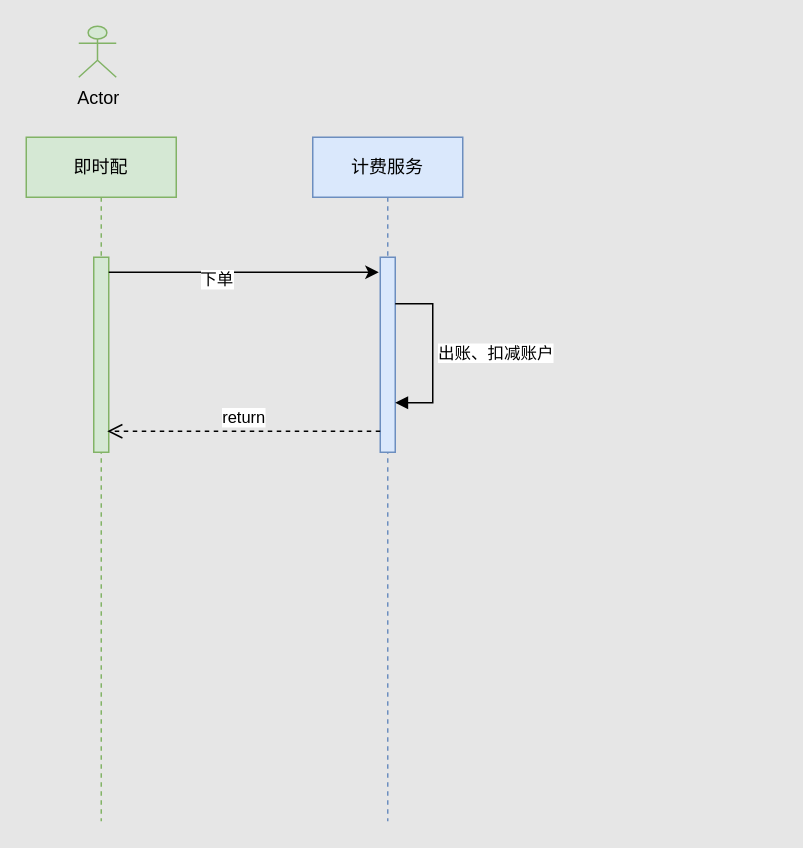
Earlier version of the draw.io diagram page "即时配计费" (7 of 11) of 订单业务架构.drawio (unclequentin/diagrams). Source tidied: cells renumbered, new cells numbered last; positions are measured from the earlier drawing's top-left corner, leaving out a move shared by most shapes. Both pictures are drawn from the tidied source at 150%, with x=0, y=0 at pixel (26, 26).
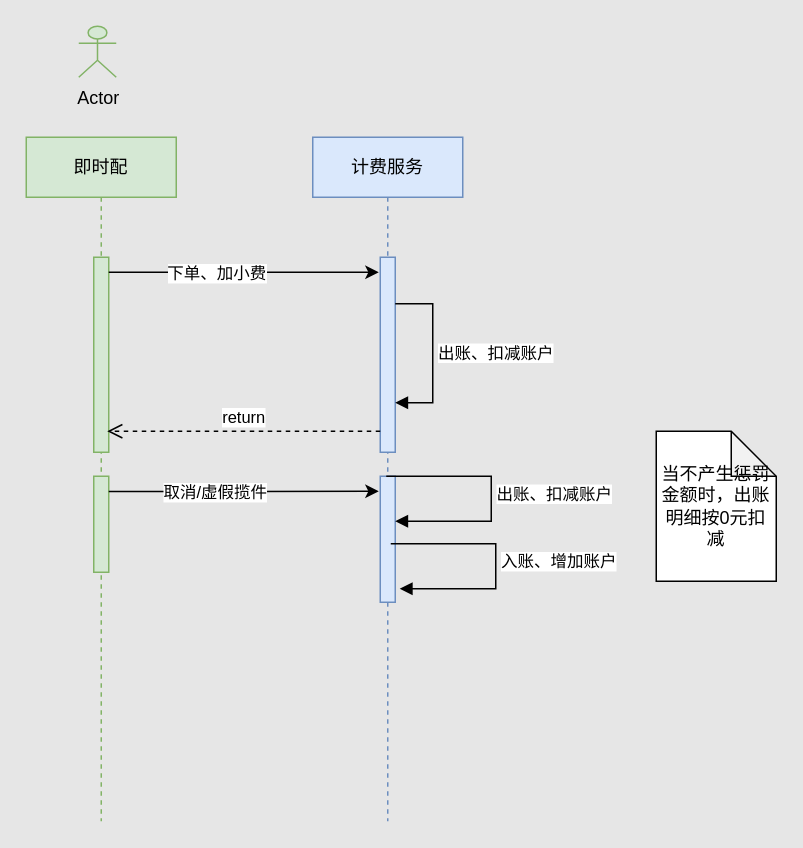
The same diagram, later.

Commit message:
更新订单业务架构.drawio

The change refers to these unchanged cells:
```xml
<mxCell id="2" value="即时配" style="shape=umlLifeline;perimeter=lifelinePerimeter;whiteSpace=wrap;html=1;newEdgeStyle={&quot;edgeStyle&quot;:&quot;elbowEdgeStyle&quot;,&quot;elbow&quot;:&quot;vertical&quot;,&quot;curved&quot;:0,&quot;rounded&quot;:0};fillColor=#d5e8d4;strokeColor=#82b366;" parent="1" vertex="1">
  <mxGeometry y="74" width="100" height="456" as="geometry" />
</mxCell>
<mxCell id="4" value="计费服务" style="shape=umlLifeline;perimeter=lifelinePerimeter;whiteSpace=wrap;html=1;newEdgeStyle={&quot;edgeStyle&quot;:&quot;elbowEdgeStyle&quot;,&quot;elbow&quot;:&quot;vertical&quot;,&quot;curved&quot;:0,&quot;rounded&quot;:0};fillColor=#dae8fc;strokeColor=#6c8ebf;" parent="1" vertex="1">
  <mxGeometry x="191" y="74" width="100" height="456" as="geometry" />
</mxCell>
<mxCell id="8" style="edgeStyle=elbowEdgeStyle;rounded=0;orthogonalLoop=1;jettySize=auto;html=1;elbow=vertical;curved=0;" parent="1" edge="1">
  <mxGeometry relative="1" as="geometry">
    <mxPoint x="55" y="164" as="sourcePoint" />
    <mxPoint x="235" y="164" as="targetPoint" />
  </mxGeometry>
</mxCell>
```

What changed in the source:
```diff
@@
+    <mxCell id="11" style="html=1;perimeter=orthogonalPerimeter;targetShapes=umlLifeline;newEdgeStyle={&quot;edgeStyle&quot;:&quot;elbowEdgeStyle&quot;,&quot;elbow&quot;:&quot;vertical&quot;,&quot;curved&quot;:0,&quot;rounded&quot;:0};fillColor=#d5e8d4;strokeColor=#82b366;" parent="2" vertex="1">
+      <mxGeometry x="45" y="226" width="10" height="64" as="geometry" />
+    </mxCell>
@@
+    <mxCell id="12" style="html=1;points=[];perimeter=orthogonalPerimeter;outlineConnect=0;targetShapes=umlLifeline;portConstraint=eastwest;newEdgeStyle={&quot;edgeStyle&quot;:&quot;elbowEdgeStyle&quot;,&quot;elbow&quot;:&quot;vertical&quot;,&quot;curved&quot;:0,&quot;rounded&quot;:0};fillColor=#dae8fc;strokeColor=#6c8ebf;" parent="4" vertex="1">
+      <mxGeometry x="45" y="226" width="10" height="84" as="geometry" />
+    </mxCell>
@@
-    <mxCell id="9" value="下单" style="edgeLabel;html=1;align=center;verticalAlign=middle;" parent="8" vertex="1">
-      <mxGeometry x="-0.21" y="-4" relative="1" as="geometry" />
+    <mxCell id="9" value="下单、加小费" style="edgeLabel;html=1;align=center;verticalAlign=middle;" parent="8" vertex="1">
+      <mxGeometry x="-0.21" y="-4" relative="1" as="geometry">
+        <mxPoint y="-4" as="offset" />
+      </mxGeometry>
     </mxCell>
@@
+    <mxCell id="13" style="edgeStyle=elbowEdgeStyle;rounded=0;orthogonalLoop=1;jettySize=auto;html=1;elbow=vertical;curved=0;" parent="1" edge="1">
+      <mxGeometry relative="1" as="geometry">
+        <mxPoint x="55" y="310.2" as="sourcePoint" />
+        <mxPoint x="235" y="310.2" as="targetPoint" />
+      </mxGeometry>
+    </mxCell>
+    <mxCell id="14" value="取消/虚假揽件" style="edgeLabel;html=1;align=center;verticalAlign=middle;" parent="13" vertex="1">
+      <mxGeometry x="-0.21" y="-4" relative="1" as="geometry">
+        <mxPoint y="-4" as="offset" />
+      </mxGeometry>
+    </mxCell>
+    <mxCell id="15" value="出账、扣减账户" style="html=1;align=left;spacingLeft=2;endArrow=block;rounded=0;edgeStyle=orthogonalEdgeStyle;curved=0;rounded=0;" parent="1" edge="1" target="12">
+      <mxGeometry relative="1" as="geometry">
+        <mxPoint x="240" y="300" as="sourcePoint" />
+        <Array as="points">
+          <mxPoint x="310" y="300" />
+          <mxPoint x="310" y="330" />
+        </Array>
+      </mxGeometry>
+    </mxCell>
+    <mxCell id="16" value="入账、增加账户" style="html=1;align=left;spacingLeft=2;endArrow=block;rounded=0;edgeStyle=orthogonalEdgeStyle;curved=0;rounded=0;" parent="1" edge="1">
+      <mxGeometry relative="1" as="geometry">
+        <mxPoint x="243" y="345" as="sourcePoint" />
+        <mxPoint x="249" y="375" as="targetPoint" />
+        <Array as="points">
+          <mxPoint x="313" y="345" />
+          <mxPoint x="313" y="375" />
+        </Array>
+      </mxGeometry>
+    </mxCell>
+    <mxCell id="17" value="当不产生惩罚金额时，出账明细按0元扣减" style="shape=note;whiteSpace=wrap;html=1;backgroundOutline=1;darkOpacity=0.05;" parent="1" vertex="1">
+      <mxGeometry x="420" y="270" width="80" height="100" as="geometry" />
+    </mxCell>
```
